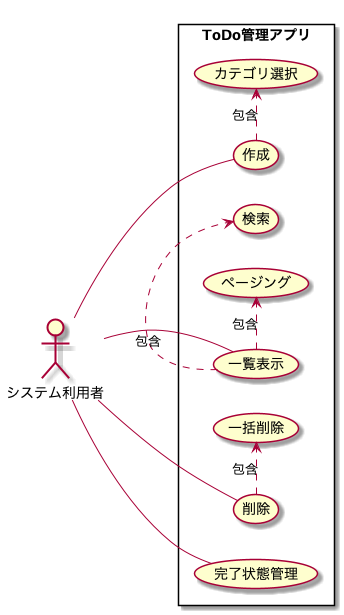
Above: out/docs/Usecase/ToDo/ToDo.png in OnoYuta/app-todo-list (PlantUML), before the change. Its diagram source:
```plantuml
@startuml
left to right direction
skinparam packageStyle rectangle
actor システム利用者
rectangle ToDo管理アプリ {
  システム利用者 -- (作成)
  (作成) .> (カテゴリ選択) : 包含
  システム利用者 -- (完了状態管理)
  システム利用者 -- (一覧表示)
  (一覧表示) .> (検索) : 包含
  (一覧表示) .> (ページング) : 包含
  システム利用者 -- (削除)
  (削除) .> (一括削除) : 包含
}
@enduml
```
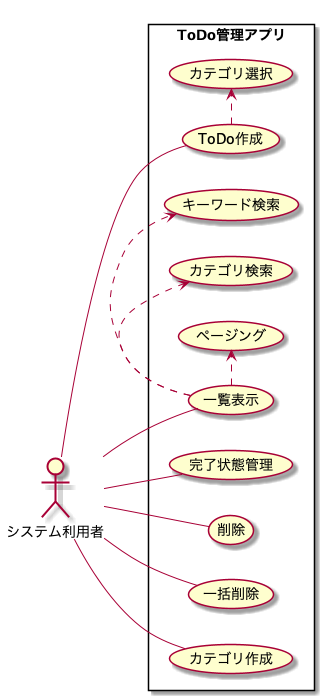
Above is the later version.

Commit message:
update todo usecase diagram

Change to the diagram source:
```diff
@@ -3,13 +3,15 @@
 skinparam packageStyle rectangle
 actor システム利用者
 rectangle ToDo管理アプリ {
-  システム利用者 -- (作成)
-  (作成) .> (カテゴリ選択) : 包含
+  システム利用者 -- (ToDo作成)
+  (ToDo作成) .> (カテゴリ選択)
   システム利用者 -- (完了状態管理)
   システム利用者 -- (一覧表示)
-  (一覧表示) .> (検索) : 包含
-  (一覧表示) .> (ページング) : 包含
+  (一覧表示) .> (キーワード検索)
+  (一覧表示) .> (カテゴリ検索)
+  (一覧表示) .> (ページング)
   システム利用者 -- (削除)
-  (削除) .> (一括削除) : 包含
+  システム利用者 -- (一括削除)
+  システム利用者 -- (カテゴリ作成)
 }
 @enduml
```
